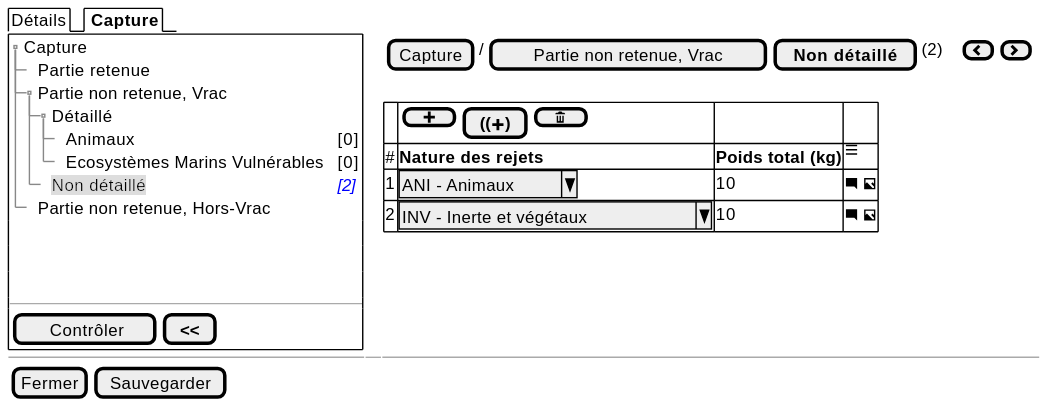
sumaris-net/sumaris-doc keeps this PlantUML diagram as projects/obsmer/spe/images/batch/batch-tree-PNR-VRAC-NDETAIL.svg. Above is the earlier version. Its source is kept beside it as projects/obsmer/spe/images/batch/batch-tree-PNR-VRAC-NDETAIL.puml.
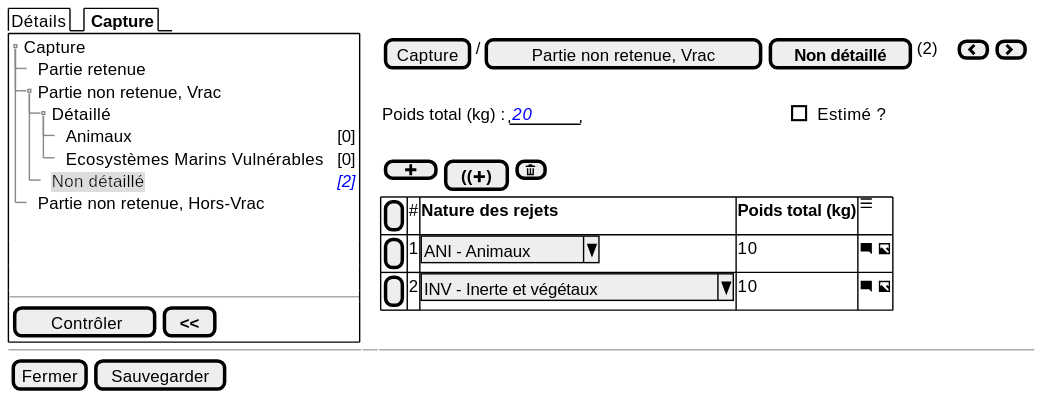
The same diagram one commit later.

The edit, as a diff of the source:
```diff
@@ -21,12 +21,14 @@
    }
   } | . | {
     { [Capture] | / | [Partie non retenue, Vrac] | [<b>Non détaillé] | (2) | . | . | { [<&chevron-left>] | [<&chevron-right>] } }
-        .
+           .
+           {Poids total (kg) : | "  <i><color:blue>20  " | . | . | . | . | . | . | . | . | . | . | . | . | . | . | . | . | . | . | . | . | . | . | . | . | . | . | . | . | . | [ ] Estimé ? }
+           .
+        { [ <&plus> ] | [<b>((<&plus><b>)] | [<&trash>] }
         {#
-            . | { [ <&plus> ]  | [<b>((<&plus><b>)] | [ <&trash> ] }  | . | .
-            # | <b>Nature des rejets  | <b>Poids total (kg)     |  <&menu>
-            1 | ^ ANI - Animaux^         | 10 |  <&comment-square> <&image>
-            2 | ^ INV - Inerte et végétaux ^        |  10 |  <&comment-square> <&image>
+            [ ] | # | <b>Nature des rejets  | <b>Poids total (kg)     |  <&menu>
+            [ ] | 1 | ^ ANI - Animaux^         | 10 |  <&comment-square> <&image>
+            [ ] | 2 | ^ INV - Inerte et végétaux ^        |  10 |  <&comment-square> <&image>
           }
     }
 
```
